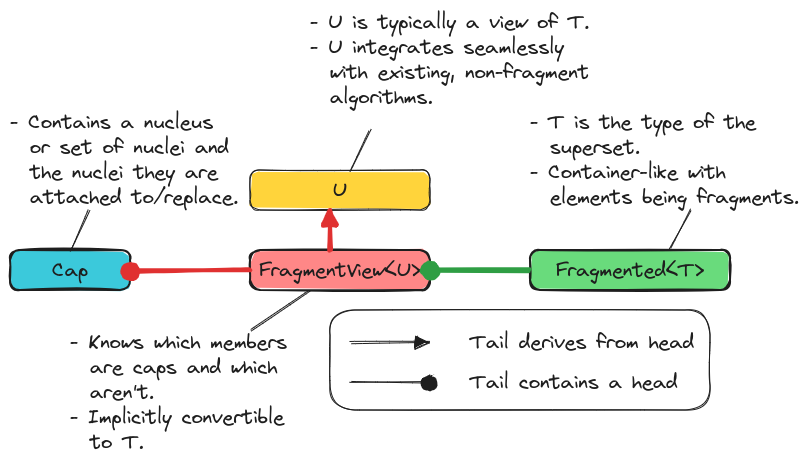
This is docs/source/developer/design/fragmenting/assets/overview.png from NWChemEx/Chemist, a Excalidraw export, as it was before one commit. Source tidied: one line per element, renumbered; positions are measured from the earlier drawing's top-left corner, leaving out a move shared by most shapes. The source it was exported from:
```json
{"id": 0, "type": "rectangle", "strokeColor": "#1e1e1e", "backgroundColor": "#69db7c", "fillStyle": "solid", "strokeWidth": 2, "roughness": 1, "round": true, "x": 520, "y": 240, "width": 200, "height": 40}
{"id": 1, "type": "text", "text": "Fragmented<T>", "strokeColor": "#1e1e1e", "strokeWidth": 1, "roughness": 1, "fontSize": 20, "fontFamily": 1, "textAlign": "center", "verticalAlign": "middle", "inside": 0, "x": 546, "y": 248, "width": 148, "height": 25}
{"id": 2, "type": "rectangle", "strokeColor": "#1e1e1e", "backgroundColor": "#ff8787", "fillStyle": "solid", "strokeWidth": 2, "roughness": 1, "round": true, "x": 240, "y": 240, "width": 180, "height": 40}
{"id": 3, "type": "text", "text": "FragmentView<U>", "strokeColor": "#1e1e1e", "strokeWidth": 1, "roughness": 1, "fontSize": 20, "fontFamily": 1, "textAlign": "center", "verticalAlign": "middle", "inside": 2, "x": 249, "y": 248, "width": 162, "height": 25}
{"id": 4, "type": "rectangle", "strokeColor": "#1e1e1e", "backgroundColor": "#ffd43b", "fillStyle": "solid", "strokeWidth": 1, "roughness": 1, "round": true, "x": 240, "y": 160, "width": 180, "height": 40}
{"id": 5, "type": "text", "text": "U", "strokeColor": "#1e1e1e", "strokeWidth": 1, "roughness": 1, "fontSize": 20, "fontFamily": 1, "textAlign": "center", "verticalAlign": "middle", "inside": 4, "x": 323, "y": 168, "width": 14, "height": 25}
{"id": 6, "type": "arrow", "strokeColor": "#e03131", "strokeWidth": 4, "roughness": 1, "endArrowhead": "triangle", "round": true, "from": 2, "to": 4, "x": 320, "y": 240, "width": 0, "height": 40, "points": [[0, 0], [0, -40]]}
{"id": 7, "type": "arrow", "strokeColor": "#2f9e44", "strokeWidth": 4, "roughness": 1, "endArrowhead": "dot", "round": true, "from": 0, "x": 519, "y": 260, "width": 99, "height": 0, "points": [[0, 0], [-99, 0]]}
{"id": 8, "type": "rectangle", "strokeColor": "#1e1e1e", "backgroundColor": "#3bc9db", "fillStyle": "solid", "strokeWidth": 2, "roughness": 1, "round": true, "x": 0, "y": 240, "width": 120, "height": 40}
{"id": 9, "type": "text", "text": "Cap", "strokeColor": "#1e1e1e", "strokeWidth": 1, "roughness": 1, "fontSize": 20, "fontFamily": 1, "textAlign": "center", "verticalAlign": "middle", "inside": 8, "x": 42, "y": 248, "width": 36, "height": 25}
{"id": 10, "type": "arrow", "strokeColor": "#e03131", "strokeWidth": 4, "roughness": 1, "endArrowhead": "dot", "round": true, "from": 2, "to": 8, "x": 240, "y": 260, "width": 120, "height": 0, "points": [[0, 0], [-120, 0]]}
{"id": 11, "type": "text", "text": "- T is the type of the\n  superset.\n- Container-like with\n  elements being fragments.", "strokeColor": "#1e1e1e", "strokeWidth": 1, "roughness": 1, "fontSize": 20, "fontFamily": 1, "x": 520, "y": 100, "width": 269, "height": 100}
{"id": 12, "type": "line", "strokeColor": "#1e1e1e", "strokeWidth": 1, "roughness": 1, "round": true, "x": 660, "y": 240, "width": 20, "height": 40, "points": [[0, 0], [20, -40]]}
{"id": 13, "type": "text", "text": "- Contains a nucleus\n  or set of nuclei and\n  the nuclei they are\n  attached to/replace.", "strokeColor": "#1e1e1e", "strokeWidth": 1, "roughness": 1, "fontSize": 20, "fontFamily": 1, "x": 0, "y": 100, "width": 228, "height": 100}
{"id": 14, "type": "line", "strokeColor": "#1e1e1e", "strokeWidth": 1, "roughness": 1, "round": true, "x": 80, "y": 200, "width": 20, "height": 40, "points": [[0, 0], [-20, 40]]}
{"id": 15, "type": "text", "text": "- Knows which members\n  are caps and which\n  aren't.\n- Implicitly convertible\n  to T.", "strokeColor": "#1e1e1e", "strokeWidth": 1, "roughness": 1, "fontSize": 20, "fontFamily": 1, "x": 60, "y": 320, "width": 217, "height": 125}
{"id": 16, "type": "line", "strokeColor": "#1e1e1e", "strokeWidth": 1, "roughness": 1, "round": true, "x": 300, "y": 280, "width": 60, "height": 40, "points": [[0, 0], [-60, 40]]}
{"id": 17, "type": "arrow", "strokeColor": "#1e1e1e", "strokeWidth": 1, "roughness": 1, "endArrowhead": "triangle", "round": true, "x": 340, "y": 332, "width": 80, "height": 0, "points": [[0, 0], [80, 0]]}
{"id": 18, "type": "text", "text": "Tail derives from head", "strokeColor": "#1e1e1e", "strokeWidth": 1, "roughness": 1, "fontSize": 20, "fontFamily": 1, "x": 460, "y": 320, "width": 224, "height": 25}
{"id": 19, "type": "arrow", "strokeColor": "#1e1e1e", "strokeWidth": 1, "roughness": 1, "endArrowhead": "dot", "round": true, "x": 340, "y": 372, "width": 80, "height": 0, "points": [[0, 0], [80, 0]]}
{"id": 20, "type": "text", "text": "Tail contains a head", "strokeColor": "#1e1e1e", "strokeWidth": 1, "roughness": 1, "fontSize": 20, "fontFamily": 1, "x": 460, "y": 360, "width": 208, "height": 25}
{"id": 21, "type": "rectangle", "strokeColor": "#1e1e1e", "strokeWidth": 1, "roughness": 1, "round": true, "x": 320, "y": 300, "width": 380, "height": 100}
{"id": 22, "type": "text", "text": "- U is typically a view of T.\n- U integrates seamlessly\n  with existing, non-fragment\n  algorithms.", "strokeColor": "#1e1e1e", "strokeWidth": 1, "roughness": 1, "fontSize": 20, "fontFamily": 1, "x": 300, "y": 0, "width": 280, "height": 100}
{"id": 23, "type": "line", "strokeColor": "#1e1e1e", "strokeWidth": 1, "roughness": 1, "round": true, "x": 340, "y": 160, "width": 20, "height": 40, "points": [[0, 0], [20, -40]]}
```
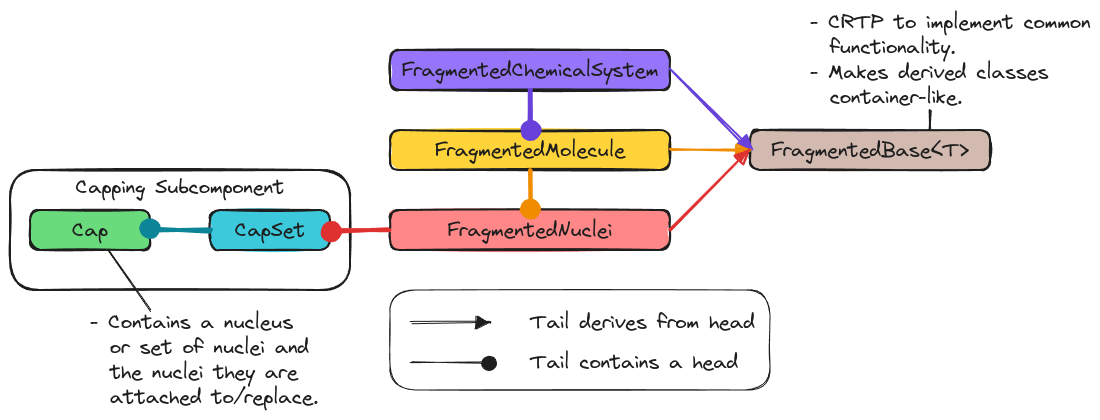
After the change.

What changed in the source:
```diff
@@ -1,24 +1,30 @@
-{"id": 0, "type": "rectangle", "strokeColor": "#1e1e1e", "backgroundColor": "#69db7c", "fillStyle": "solid", "strokeWidth": 2, "roughness": 1, "round": true, "x": 520, "y": 240, "width": 200, "height": 40}
-{"id": 1, "type": "text", "text": "Fragmented<T>", "strokeColor": "#1e1e1e", "strokeWidth": 1, "roughness": 1, "fontSize": 20, "fontFamily": 1, "textAlign": "center", "verticalAlign": "middle", "inside": 0, "x": 546, "y": 248, "width": 148, "height": 25}
-{"id": 2, "type": "rectangle", "strokeColor": "#1e1e1e", "backgroundColor": "#ff8787", "fillStyle": "solid", "strokeWidth": 2, "roughness": 1, "round": true, "x": 240, "y": 240, "width": 180, "height": 40}
-{"id": 3, "type": "text", "text": "FragmentView<U>", "strokeColor": "#1e1e1e", "strokeWidth": 1, "roughness": 1, "fontSize": 20, "fontFamily": 1, "textAlign": "center", "verticalAlign": "middle", "inside": 2, "x": 249, "y": 248, "width": 162, "height": 25}
-{"id": 4, "type": "rectangle", "strokeColor": "#1e1e1e", "backgroundColor": "#ffd43b", "fillStyle": "solid", "strokeWidth": 1, "roughness": 1, "round": true, "x": 240, "y": 160, "width": 180, "height": 40}
-{"id": 5, "type": "text", "text": "U", "strokeColor": "#1e1e1e", "strokeWidth": 1, "roughness": 1, "fontSize": 20, "fontFamily": 1, "textAlign": "center", "verticalAlign": "middle", "inside": 4, "x": 323, "y": 168, "width": 14, "height": 25}
-{"id": 6, "type": "arrow", "strokeColor": "#e03131", "strokeWidth": 4, "roughness": 1, "endArrowhead": "triangle", "round": true, "from": 2, "to": 4, "x": 320, "y": 240, "width": 0, "height": 40, "points": [[0, 0], [0, -40]]}
-{"id": 7, "type": "arrow", "strokeColor": "#2f9e44", "strokeWidth": 4, "roughness": 1, "endArrowhead": "dot", "round": true, "from": 0, "x": 519, "y": 260, "width": 99, "height": 0, "points": [[0, 0], [-99, 0]]}
+{"id": 24, "type": "rectangle", "strokeColor": "#1e1e1e", "backgroundColor": "#ffffff", "fillStyle": "solid", "strokeWidth": 2, "roughness": 1, "round": true, "x": -240, "y": -120, "width": 340, "height": 120}
+{"id": 25, "type": "text", "text": "Capping Subcomponent", "strokeColor": "#1e1e1e", "backgroundColor": "#ffffff", "fillStyle": "solid", "strokeWidth": 2, "roughness": 1, "fontSize": 20, "fontFamily": 1, "textAlign": "center", "inside": 24, "x": -174, "y": -115, "width": 209, "height": 25}
-{"id": 8, "type": "rectangle", "strokeColor": "#1e1e1e", "backgroundColor": "#3bc9db", "fillStyle": "solid", "strokeWidth": 2, "roughness": 1, "round": true, "x": 0, "y": 240, "width": 120, "height": 40}
+{"id": 8, "type": "rectangle", "strokeColor": "#1e1e1e", "backgroundColor": "#69db7c", "fillStyle": "solid", "strokeWidth": 2, "roughness": 1, "round": true, "x": -220, "y": -80, "width": 120, "height": 40}
-{"id": 9, "type": "text", "text": "Cap", "strokeColor": "#1e1e1e", "strokeWidth": 1, "roughness": 1, "fontSize": 20, "fontFamily": 1, "textAlign": "center", "verticalAlign": "middle", "inside": 8, "x": 42, "y": 248, "width": 36, "height": 25}
+{"id": 9, "type": "text", "text": "Cap", "strokeColor": "#1e1e1e", "strokeWidth": 1, "roughness": 1, "fontSize": 20, "fontFamily": 1, "textAlign": "center", "verticalAlign": "middle", "inside": 8, "x": -178, "y": -72, "width": 36, "height": 25}
-{"id": 10, "type": "arrow", "strokeColor": "#e03131", "strokeWidth": 4, "roughness": 1, "endArrowhead": "dot", "round": true, "from": 2, "to": 8, "x": 240, "y": 260, "width": 120, "height": 0, "points": [[0, 0], [-120, 0]]}
-{"id": 11, "type": "text", "text": "- T is the type of the\n  superset.\n- Container-like with\n  elements being fragments.", "strokeColor": "#1e1e1e", "strokeWidth": 1, "roughness": 1, "fontSize": 20, "fontFamily": 1, "x": 520, "y": 100, "width": 269, "height": 100}
-{"id": 12, "type": "line", "strokeColor": "#1e1e1e", "strokeWidth": 1, "roughness": 1, "round": true, "x": 660, "y": 240, "width": 20, "height": 40, "points": [[0, 0], [20, -40]]}
-{"id": 13, "type": "text", "text": "- Contains a nucleus\n  or set of nuclei and\n  the nuclei they are\n  attached to/replace.", "strokeColor": "#1e1e1e", "strokeWidth": 1, "roughness": 1, "fontSize": 20, "fontFamily": 1, "x": 0, "y": 100, "width": 228, "height": 100}
+{"id": 13, "type": "text", "text": "- Contains a nucleus\n  or set of nuclei and\n  the nuclei they are\n  attached to/replace.", "strokeColor": "#1e1e1e", "strokeWidth": 1, "roughness": 1, "fontSize": 20, "fontFamily": 1, "x": -160, "y": 20, "width": 228, "height": 100}
-{"id": 14, "type": "line", "strokeColor": "#1e1e1e", "strokeWidth": 1, "roughness": 1, "round": true, "x": 80, "y": 200, "width": 20, "height": 40, "points": [[0, 0], [-20, 40]]}
+{"id": 14, "type": "line", "strokeColor": "#1e1e1e", "strokeWidth": 1, "roughness": 1, "round": true, "x": -140, "y": -40, "width": 40, "height": 60, "points": [[0, 0], [40, 60]]}
-{"id": 15, "type": "text", "text": "- Knows which members\n  are caps and which\n  aren't.\n- Implicitly convertible\n  to T.", "strokeColor": "#1e1e1e", "strokeWidth": 1, "roughness": 1, "fontSize": 20, "fontFamily": 1, "x": 60, "y": 320, "width": 217, "height": 125}
-{"id": 16, "type": "line", "strokeColor": "#1e1e1e", "strokeWidth": 1, "roughness": 1, "round": true, "x": 300, "y": 280, "width": 60, "height": 40, "points": [[0, 0], [-60, 40]]}
-{"id": 17, "type": "arrow", "strokeColor": "#1e1e1e", "strokeWidth": 1, "roughness": 1, "endArrowhead": "triangle", "round": true, "x": 340, "y": 332, "width": 80, "height": 0, "points": [[0, 0], [80, 0]]}
+{"id": 17, "type": "arrow", "strokeColor": "#1e1e1e", "strokeWidth": 1, "roughness": 1, "endArrowhead": "triangle", "round": true, "x": 161, "y": 32, "width": 80, "height": 0, "points": [[0, 0], [80, 0]]}
-{"id": 18, "type": "text", "text": "Tail derives from head", "strokeColor": "#1e1e1e", "strokeWidth": 1, "roughness": 1, "fontSize": 20, "fontFamily": 1, "x": 460, "y": 320, "width": 224, "height": 25}
+{"id": 18, "type": "text", "text": "Tail derives from head", "strokeColor": "#1e1e1e", "strokeWidth": 1, "roughness": 1, "fontSize": 20, "fontFamily": 1, "x": 281, "y": 20, "width": 224, "height": 25}
-{"id": 19, "type": "arrow", "strokeColor": "#1e1e1e", "strokeWidth": 1, "roughness": 1, "endArrowhead": "dot", "round": true, "x": 340, "y": 372, "width": 80, "height": 0, "points": [[0, 0], [80, 0]]}
+{"id": 19, "type": "arrow", "strokeColor": "#1e1e1e", "strokeWidth": 1, "roughness": 1, "endArrowhead": "dot", "round": true, "x": 161, "y": 72, "width": 80, "height": 0, "points": [[0, 0], [80, 0]]}
-{"id": 20, "type": "text", "text": "Tail contains a head", "strokeColor": "#1e1e1e", "strokeWidth": 1, "roughness": 1, "fontSize": 20, "fontFamily": 1, "x": 460, "y": 360, "width": 208, "height": 25}
+{"id": 20, "type": "text", "text": "Tail contains a head", "strokeColor": "#1e1e1e", "strokeWidth": 1, "roughness": 1, "fontSize": 20, "fontFamily": 1, "x": 281, "y": 60, "width": 208, "height": 25}
-{"id": 21, "type": "rectangle", "strokeColor": "#1e1e1e", "strokeWidth": 1, "roughness": 1, "round": true, "x": 320, "y": 300, "width": 380, "height": 100}
+{"id": 21, "type": "rectangle", "strokeColor": "#1e1e1e", "strokeWidth": 1, "roughness": 1, "round": true, "x": 140, "y": 0, "width": 380, "height": 100}
-{"id": 22, "type": "text", "text": "- U is typically a view of T.\n- U integrates seamlessly\n  with existing, non-fragment\n  algorithms.", "strokeColor": "#1e1e1e", "strokeWidth": 1, "roughness": 1, "fontSize": 20, "fontFamily": 1, "x": 300, "y": 0, "width": 280, "height": 100}
-{"id": 23, "type": "line", "strokeColor": "#1e1e1e", "strokeWidth": 1, "roughness": 1, "round": true, "x": 340, "y": 160, "width": 20, "height": 40, "points": [[0, 0], [20, -40]]}
+{"id": 26, "type": "rectangle", "strokeColor": "#1e1e1e", "backgroundColor": "#ff8787", "fillStyle": "solid", "strokeWidth": 2, "roughness": 1, "round": true, "x": 140, "y": -80, "width": 280, "height": 40}
+{"id": 27, "type": "text", "text": "FragmentedNuclei", "strokeColor": "#1e1e1e", "backgroundColor": "#ced4da", "fillStyle": "solid", "strokeWidth": 2, "roughness": 1, "fontSize": 20, "fontFamily": 1, "textAlign": "center", "verticalAlign": "middle", "inside": 26, "x": 198, "y": -72, "width": 165, "height": 25}
+{"id": 28, "type": "rectangle", "strokeColor": "#1e1e1e", "backgroundColor": "#3bc9db", "fillStyle": "solid", "strokeWidth": 2, "roughness": 1, "round": true, "x": -40, "y": -80, "width": 120, "height": 40}
+{"id": 29, "type": "text", "text": "CapSet", "strokeColor": "#1e1e1e", "backgroundColor": "#3bc9db", "fillStyle": "solid", "strokeWidth": 2, "roughness": 1, "fontSize": 20, "fontFamily": 1, "textAlign": "center", "verticalAlign": "middle", "inside": 28, "x": -15, "y": -72, "width": 70, "height": 25}
+{"id": 10, "type": "arrow", "strokeColor": "#e03131", "strokeWidth": 4, "roughness": 1, "endArrowhead": "dot", "round": true, "from": 26, "to": 28, "x": 139, "y": -60, "width": 58, "height": 0, "points": [[0, 0], [-58, 0]]}
+{"id": 30, "type": "arrow", "strokeColor": "#0c8599", "strokeWidth": 4, "roughness": 1, "endArrowhead": "dot", "round": true, "from": 28, "to": 8, "x": -40, "y": -60, "width": 60, "height": 0, "points": [[0, 0], [-60, 0]]}
+{"id": 31, "type": "rectangle", "strokeColor": "#1e1e1e", "backgroundColor": "#ffd43b", "fillStyle": "solid", "strokeWidth": 2, "roughness": 1, "round": true, "x": 140, "y": -160, "width": 280, "height": 40}
+{"id": 32, "type": "text", "text": "FragmentedMolecule", "strokeColor": "#1e1e1e", "backgroundColor": "#ced4da", "fillStyle": "solid", "strokeWidth": 2, "roughness": 1, "fontSize": 20, "fontFamily": 1, "textAlign": "center", "verticalAlign": "middle", "inside": 31, "x": 185, "y": -152, "width": 190, "height": 25}
+{"id": 33, "type": "rectangle", "strokeColor": "#1e1e1e", "backgroundColor": "#9775fa", "fillStyle": "solid", "strokeWidth": 2, "roughness": 1, "round": true, "x": 140, "y": -240, "width": 280, "height": 40}
+{"id": 34, "type": "text", "text": "FragmentedChemicalSystem", "strokeColor": "#1e1e1e", "backgroundColor": "#ced4da", "fillStyle": "solid", "strokeWidth": 2, "roughness": 1, "fontSize": 20, "fontFamily": 1, "textAlign": "center", "verticalAlign": "middle", "inside": 33, "x": 152, "y": -232, "width": 257, "height": 25}
+{"id": 35, "type": "arrow", "strokeColor": "#6741d9", "strokeWidth": 4, "roughness": 1, "endArrowhead": "dot", "round": true, "from": 33, "to": 31, "x": 280, "y": -200, "width": 0, "height": 40, "points": [[0, 0], [0, 40]]}
+{"id": 36, "type": "arrow", "strokeColor": "#f08c00", "strokeWidth": 4, "roughness": 1, "endArrowhead": "dot", "round": true, "from": 31, "to": 26, "x": 281, "y": -120, "width": 0, "height": 39, "points": [[0, 0], [0, 39]]}
+{"id": 37, "type": "rectangle", "strokeColor": "#1e1e1e", "backgroundColor": "#d2bab0", "fillStyle": "solid", "strokeWidth": 2, "roughness": 1, "round": true, "x": 500, "y": -160, "width": 240, "height": 40}
+{"id": 38, "type": "text", "text": "FragmentedBase<T>", "strokeColor": "#1e1e1e", "backgroundColor": "#9775fa", "fillStyle": "solid", "strokeWidth": 2, "roughness": 1, "fontSize": 20, "fontFamily": 1, "textAlign": "center", "verticalAlign": "middle", "inside": 37, "x": 521, "y": -152, "width": 198, "height": 25}
+{"id": 39, "type": "arrow", "strokeColor": "#6741d9", "backgroundColor": "#d2bab0", "fillStyle": "solid", "strokeWidth": 2, "roughness": 1, "endArrowhead": "triangle", "round": true, "from": 33, "to": 37, "x": 420, "y": -220, "width": 80, "height": 80, "points": [[0, 0], [80, 80]]}
+{"id": 40, "type": "arrow", "strokeColor": "#f08c00", "backgroundColor": "#d2bab0", "fillStyle": "solid", "strokeWidth": 2, "roughness": 1, "endArrowhead": "triangle", "round": true, "from": 31, "x": 420, "y": -140, "width": 80, "height": 0, "points": [[0, 0], [80, 0]]}
+{"id": 41, "type": "arrow", "strokeColor": "#e03131", "backgroundColor": "#d2bab0", "fillStyle": "solid", "strokeWidth": 2, "roughness": 1, "endArrowhead": "triangle", "round": true, "to": 37, "x": 420, "y": -60, "width": 80, "height": 80, "points": [[0, 0], [80, -80]]}
+{"id": 42, "type": "text", "text": "- CRTP to implement common\n  functionality.\n- Makes derived classes\n  container-like.", "strokeColor": "#1e1e1e", "backgroundColor": "#d2bab0", "fillStyle": "solid", "strokeWidth": 2, "roughness": 1, "fontSize": 20, "fontFamily": 1, "x": 560, "y": -280, "width": 281, "height": 100}
+{"id": 43, "type": "line", "strokeColor": "#1e1e1e", "backgroundColor": "#d2bab0", "fillStyle": "solid", "strokeWidth": 2, "roughness": 1, "round": true, "x": 680, "y": -160, "width": 0, "height": 20, "points": [[0, 0], [0, -20]]}
```
